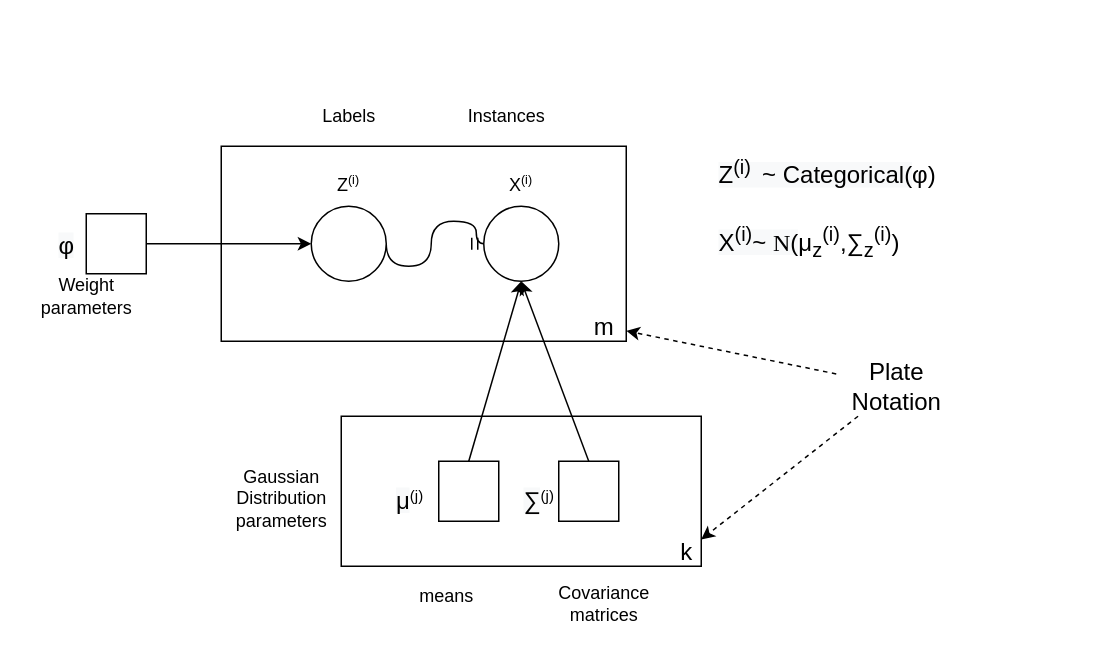
Earlier version of the draw.io diagram HandsOnML2/img/GMM.drawio (gitony0101/X4DS). Source tidied: cells renumbered, new cells numbered last; positions are measured from the earlier drawing's top-left corner, leaving out a move shared by most shapes. Both pictures are drawn from the tidied source at 150%, with x=0, y=0 at pixel (26, 100).
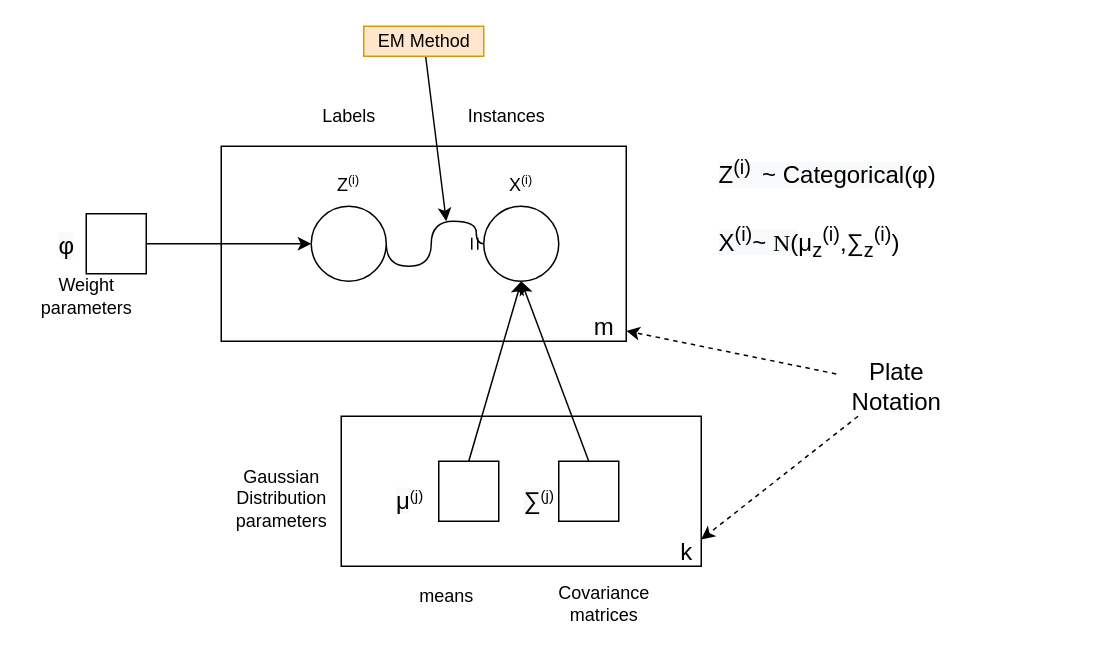
After the change.

Change to the diagram source:
```diff
@@
+    <mxCell id="31" style="rounded=0;jettySize=auto;html=1;" parent="1" edge="1" source="32">
+      <mxGeometry relative="1" as="geometry">
+        <mxPoint x="280" y="80" as="targetPoint" />
+      </mxGeometry>
+    </mxCell>
+    <mxCell id="32" value="EM Method" style="text;html=1;align=center;verticalAlign=middle;points=[];strokeColor=#d79b00;fillColor=#ffe6cc;" parent="1" vertex="1">
+      <mxGeometry x="225" y="-50" width="80" height="20" as="geometry" />
+    </mxCell>
```
